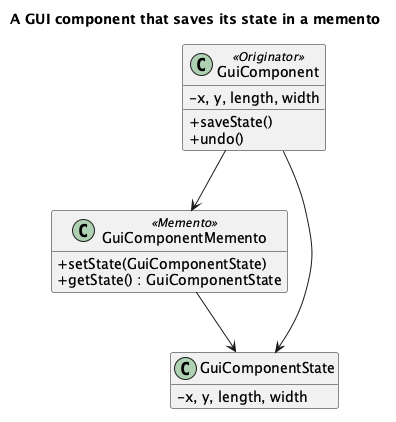
Earlier version of the PlantUML export src/main/java/dev/kaldiroglu/dp/behavioral/memento/gui/uml/Memento - GUI - Class Diagram.png (kaldiroglu/DesignPatternsWithJava).
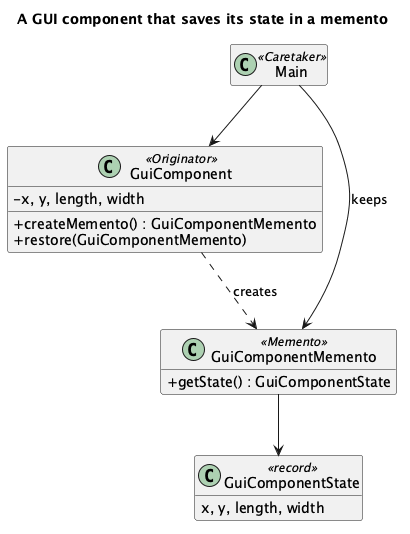
After the change.

Commit message:
Memento gui: Main is the caretaker; the state is a record; Test is Main

Change to the diagram source:
```diff
@@ -4,17 +4,18 @@
 title A GUI component that saves its state in a memento
 class GuiComponent <<Originator>> {
   - x, y, length, width
-  + saveState()
-  + undo()
+  + createMemento() : GuiComponentMemento
+  + restore(GuiComponentMemento)
 }
 class GuiComponentMemento <<Memento>> {
-  + setState(GuiComponentState)
   + getState() : GuiComponentState
 }
-class GuiComponentState {
-  - x, y, length, width
+class GuiComponentState <<record>> {
+  x, y, length, width
 }
-GuiComponent --> GuiComponentMemento
-GuiComponent --> GuiComponentState
+class Main <<Caretaker>>
+Main --> GuiComponentMemento : keeps
+Main --> GuiComponent
+GuiComponent ..> GuiComponentMemento : creates
 GuiComponentMemento --> GuiComponentState
 @enduml
```
